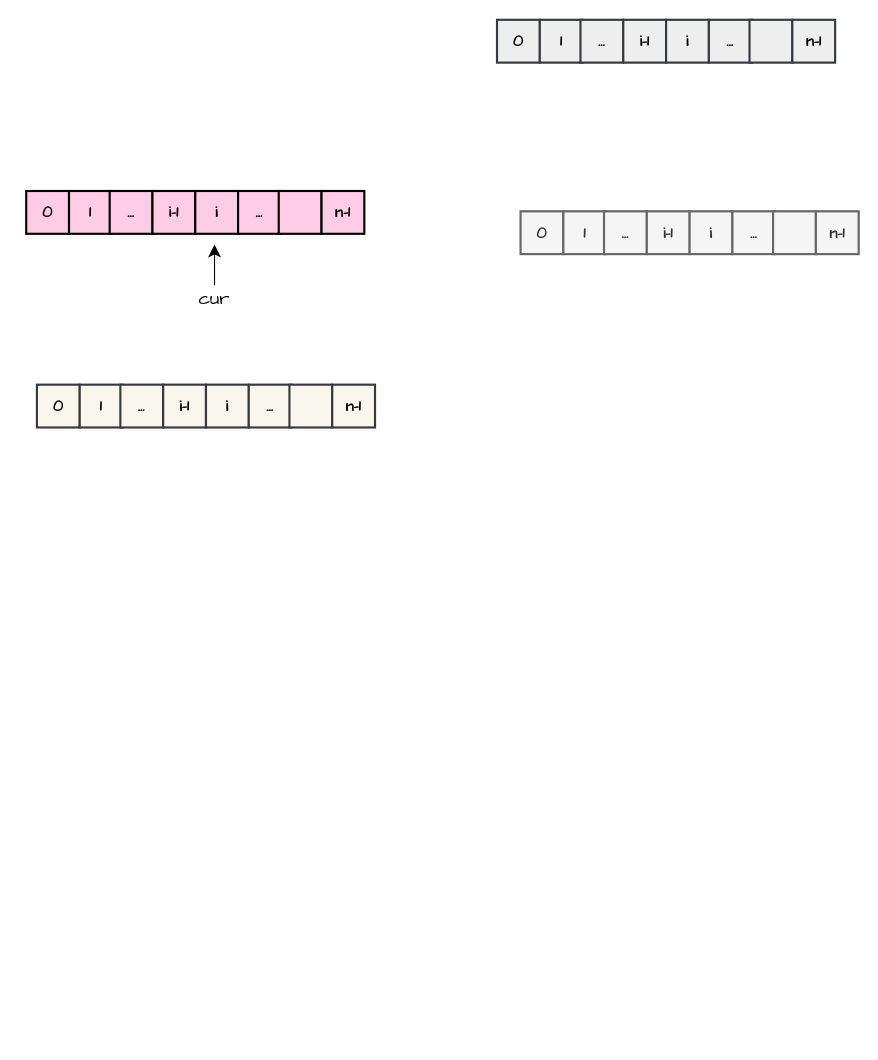
Earlier version of the draw.io diagram src/main/leetcode_manuscripts/draw_io/script.drawio (wat1r/geek-algorithm-leetcode). Source tidied: cells renumbered, new cells numbered last; positions are measured from the earlier drawing's top-left corner, leaving out a move shared by most shapes. Both pictures are drawn from the tidied source at 107%, with x=0, y=0 at pixel (26, 19).
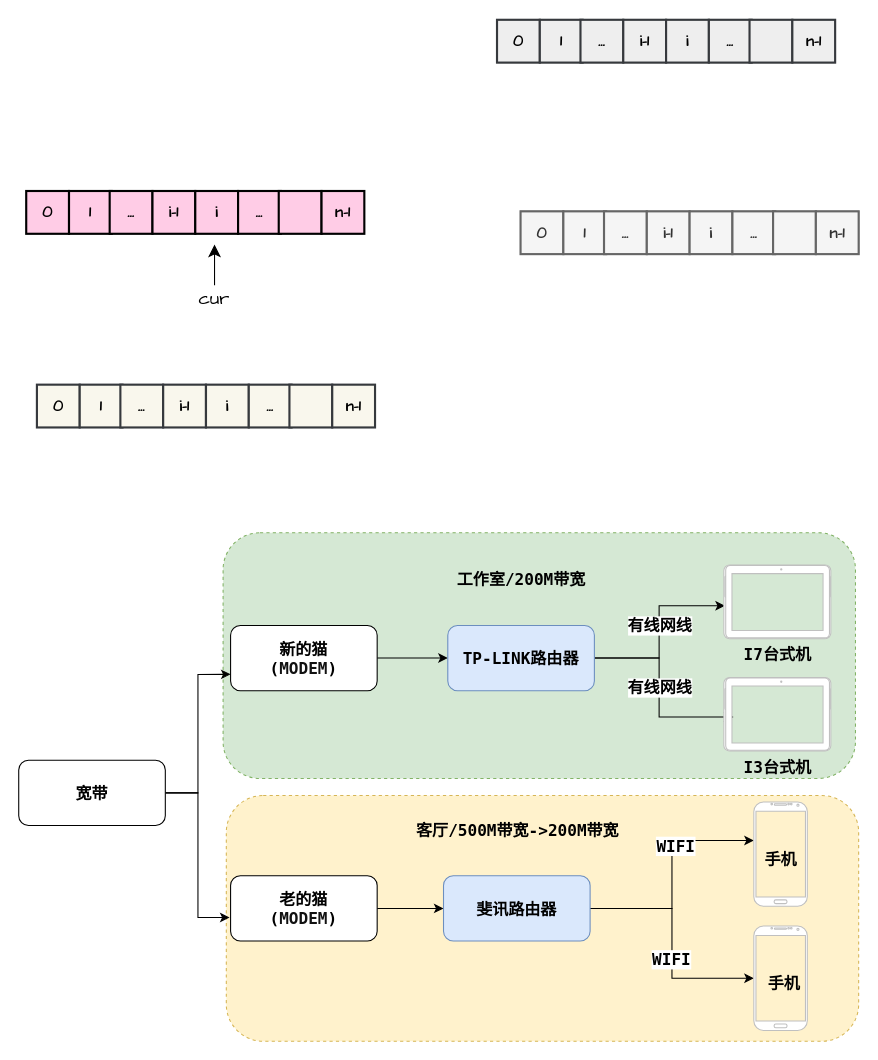
After the change.

What changed in the source:
```diff
@@
+    <mxCell id="41" style="rounded=1;whiteSpace=wrap;html=1;fontFamily=Lucida Console;fontSize=15;dashed=1;fillColor=#fff2cc;strokeColor=#d6b656;fontStyle=1;" parent="1" vertex="1">
+      <mxGeometry x="187" y="725" width="591" height="229.6" as="geometry" />
+    </mxCell>
+    <mxCell id="42" style="rounded=1;whiteSpace=wrap;html=1;fontFamily=Lucida Console;fontSize=15;dashed=1;fillColor=#d5e8d4;strokeColor=#82b366;fontStyle=1;" parent="1" vertex="1">
+      <mxGeometry x="184" y="479.4" width="591" height="229.6" as="geometry" />
+    </mxCell>
@@
+    <mxCell id="43" style="edgeStyle=orthogonalEdgeStyle;rounded=0;jettySize=auto;html=1;fontFamily=Lucida Console;fontSize=15;fontStyle=1;" parent="1" edge="1" source="44" target="51">
+      <mxGeometry relative="1" as="geometry" />
+    </mxCell>
+    <mxCell id="44" value="新的猫&lt;br style=&quot;font-size: 15px;&quot;&gt;(&lt;span style=&quot;color: rgb(17, 17, 17); font-size: 15px; text-align: left; background-color: rgb(255, 255, 255);&quot;&gt;MODEM&lt;/span&gt;)" style="rounded=1;whiteSpace=wrap;html=1;fontFamily=Lucida Console;fontSize=15;fontStyle=1;" parent="1" vertex="1">
+      <mxGeometry x="191" y="566" width="137" height="61" as="geometry" />
+    </mxCell>
+    <mxCell id="45" style="edgeStyle=orthogonalEdgeStyle;rounded=0;jettySize=auto;html=1;fontFamily=Lucida Console;fontSize=15;fontStyle=1;" parent="1" edge="1" source="46" target="56">
+      <mxGeometry relative="1" as="geometry" />
+    </mxCell>
+    <mxCell id="46" value="老的猫&lt;br style=&quot;font-size: 15px;&quot;&gt;(&lt;span style=&quot;color: rgb(17, 17, 17); font-size: 15px; text-align: left; background-color: rgb(255, 255, 255);&quot;&gt;MODEM&lt;/span&gt;)" style="rounded=1;whiteSpace=wrap;html=1;fontFamily=Lucida Console;fontSize=15;fontStyle=1;" parent="1" vertex="1">
+      <mxGeometry x="191" y="800" width="137" height="61" as="geometry" />
+    </mxCell>
+    <mxCell id="47" style="edgeStyle=orthogonalEdgeStyle;rounded=0;jettySize=auto;html=1;entryX=0.448;entryY=0.01;entryDx=0;entryDy=0;entryPerimeter=0;fontFamily=Lucida Console;fontSize=15;fontStyle=1;" parent="1" edge="1" source="51" target="58">
+      <mxGeometry relative="1" as="geometry" />
+    </mxCell>
+    <mxCell id="48" value="有线网线" style="edgeLabel;html=1;align=center;verticalAlign=middle;fontFamily=Lucida Console;fontSize=15;fontStyle=1;" parent="47" vertex="1">
+      <mxGeometry x="0.08" relative="1" as="geometry" />
+    </mxCell>
+    <mxCell id="49" style="edgeStyle=orthogonalEdgeStyle;rounded=0;jettySize=auto;html=1;entryX=0.462;entryY=0.09;entryDx=0;entryDy=0;entryPerimeter=0;fontFamily=Lucida Console;fontSize=15;fontStyle=1;" parent="1" edge="1" source="51" target="59">
+      <mxGeometry relative="1" as="geometry" />
+    </mxCell>
+    <mxCell id="50" value="有线网线" style="edgeLabel;html=1;align=center;verticalAlign=middle;fontFamily=Lucida Console;fontSize=15;fontStyle=1;" parent="49" vertex="1">
+      <mxGeometry x="-0.06" relative="1" as="geometry" />
+    </mxCell>
+    <mxCell id="51" value="TP-LINK路由器" style="rounded=1;whiteSpace=wrap;html=1;fontFamily=Lucida Console;fontSize=15;fontStyle=1;fillColor=#dae8fc;strokeColor=#6c8ebf;" parent="1" vertex="1">
+      <mxGeometry x="394" y="566" width="137" height="61" as="geometry" />
+    </mxCell>
+    <mxCell id="52" style="edgeStyle=orthogonalEdgeStyle;rounded=0;jettySize=auto;html=1;entryX=0;entryY=0.369;entryDx=0;entryDy=0;entryPerimeter=0;fontFamily=Lucida Console;fontSize=15;fontStyle=1;" parent="1" edge="1" source="56" target="57">
+      <mxGeometry relative="1" as="geometry" />
+    </mxCell>
+    <mxCell id="53" value="WIFI" style="edgeLabel;html=1;align=center;verticalAlign=middle;fontFamily=Lucida Console;fontSize=15;fontStyle=1;" parent="52" vertex="1">
+      <mxGeometry x="0.26" y="-4" relative="1" as="geometry">
+        <mxPoint x="-1" as="offset" />
+      </mxGeometry>
+    </mxCell>
+    <mxCell id="54" style="edgeStyle=orthogonalEdgeStyle;rounded=0;jettySize=auto;html=1;fontFamily=Lucida Console;fontSize=15;fontStyle=1;" parent="1" edge="1" source="56" target="61">
+      <mxGeometry relative="1" as="geometry" />
+    </mxCell>
+    <mxCell id="55" value="WIFI" style="edgeLabel;html=1;align=center;verticalAlign=middle;fontFamily=Lucida Console;fontSize=15;fontStyle=1;" parent="54" vertex="1">
+      <mxGeometry x="0.13" y="-1" relative="1" as="geometry" />
+    </mxCell>
+    <mxCell id="56" value="斐讯路由器" style="rounded=1;whiteSpace=wrap;html=1;fontFamily=Lucida Console;fontSize=15;fontStyle=1;fillColor=#dae8fc;strokeColor=#6c8ebf;" parent="1" vertex="1">
+      <mxGeometry x="390" y="800" width="137" height="61" as="geometry" />
+    </mxCell>
+    <mxCell id="57" style="verticalLabelPosition=bottom;verticalAlign=top;html=1;shadow=0;dashed=0;strokeWidth=1;shape=mxgraph.android.phone2;strokeColor=#c0c0c0;fontFamily=Lucida Console;fontSize=15;fontStyle=1;" parent="1" vertex="1">
+      <mxGeometry x="680" y="731" width="50" height="97.5" as="geometry" />
+    </mxCell>
+    <mxCell id="58" value="I7台式机" style="verticalLabelPosition=bottom;verticalAlign=top;html=1;shadow=0;dashed=0;strokeWidth=1;shape=mxgraph.android.tab2;strokeColor=#c0c0c0;direction=north;fontFamily=Lucida Console;fontSize=15;fontStyle=1;" parent="1" vertex="1">
+      <mxGeometry x="652" y="509.6" width="100" height="68.8" as="geometry" />
+    </mxCell>
+    <mxCell id="59" value="I3台式机" style="verticalLabelPosition=bottom;verticalAlign=top;html=1;shadow=0;dashed=0;strokeWidth=1;shape=mxgraph.android.tab2;strokeColor=#c0c0c0;direction=north;fontFamily=Lucida Console;fontSize=15;fontStyle=1;" parent="1" vertex="1">
+      <mxGeometry x="652" y="614.6" width="100" height="68.8" as="geometry" />
+    </mxCell>
+    <mxCell id="60" value="手机" style="text;html=1;align=center;verticalAlign=middle;strokeColor=none;fontFamily=Lucida Console;fontSize=15;fontStyle=1;" parent="1" vertex="1">
+      <mxGeometry x="685" y="773" width="40" height="22" as="geometry" />
+    </mxCell>
+    <mxCell id="61" style="verticalLabelPosition=bottom;verticalAlign=top;html=1;shadow=0;dashed=0;strokeWidth=1;shape=mxgraph.android.phone2;strokeColor=#c0c0c0;fontFamily=Lucida Console;fontSize=15;fontStyle=1;" parent="1" vertex="1">
+      <mxGeometry x="680" y="847" width="50" height="97.5" as="geometry" />
+    </mxCell>
+    <mxCell id="62" value="手机" style="text;html=1;align=center;verticalAlign=middle;strokeColor=none;fontFamily=Lucida Console;fontSize=15;fontStyle=1;" parent="1" vertex="1">
+      <mxGeometry x="688" y="889" width="40" height="22" as="geometry" />
+    </mxCell>
+    <mxCell id="63" style="edgeStyle=orthogonalEdgeStyle;rounded=0;jettySize=auto;html=1;entryX=0;entryY=0.75;entryDx=0;entryDy=0;fontFamily=Lucida Console;fontSize=15;fontStyle=1;" parent="1" edge="1" source="65" target="44">
+      <mxGeometry relative="1" as="geometry" />
+    </mxCell>
+    <mxCell id="64" style="edgeStyle=orthogonalEdgeStyle;rounded=0;jettySize=auto;html=1;entryX=-0.007;entryY=0.639;entryDx=0;entryDy=0;entryPerimeter=0;fontFamily=Lucida Console;fontSize=15;fontStyle=1;" parent="1" edge="1" source="65" target="46">
+      <mxGeometry relative="1" as="geometry" />
+    </mxCell>
+    <mxCell id="65" value="宽带" style="rounded=1;whiteSpace=wrap;html=1;fontFamily=Lucida Console;fontSize=15;fontStyle=1;" parent="1" vertex="1">
+      <mxGeometry x="-7" y="692" width="137" height="61" as="geometry" />
+    </mxCell>
+    <mxCell id="66" value="工作室/200M带宽" style="text;html=1;strokeColor=none;fillColor=none;align=center;verticalAlign=middle;whiteSpace=wrap;rounded=0;dashed=1;fontFamily=Lucida Console;fontSize=15;fontStyle=1;" parent="1" vertex="1">
+      <mxGeometry x="385.8" y="512" width="153.5" height="22" as="geometry" />
+    </mxCell>
+    <mxCell id="67" value="客厅/500M带宽-&amp;gt;200M带宽" style="text;html=1;strokeColor=none;fillColor=none;align=center;verticalAlign=middle;whiteSpace=wrap;rounded=0;dashed=1;fontFamily=Lucida Console;fontSize=15;fontStyle=1;" parent="1" vertex="1">
+      <mxGeometry x="328" y="744" width="263" height="26" as="geometry" />
+    </mxCell>
```
